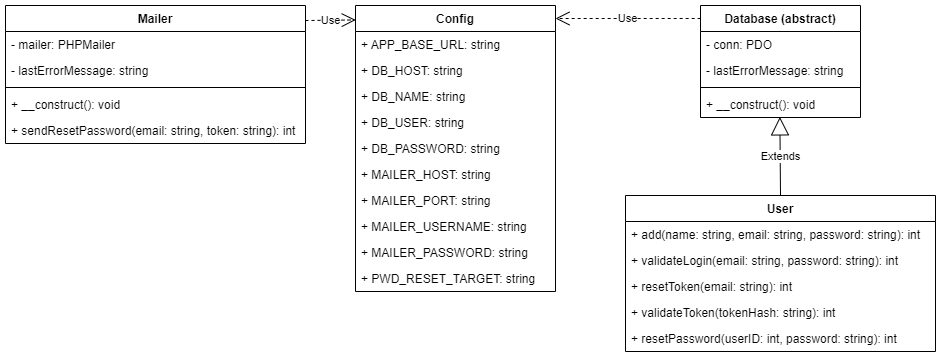
Earlier version of the draw.io export docs/class_diagram.png (arturomorarioja/php_signup_login). Source tidied: cells renumbered, new cells last; positions are measured from the earlier drawing's top-left corner, leaving out a move shared by most shapes.
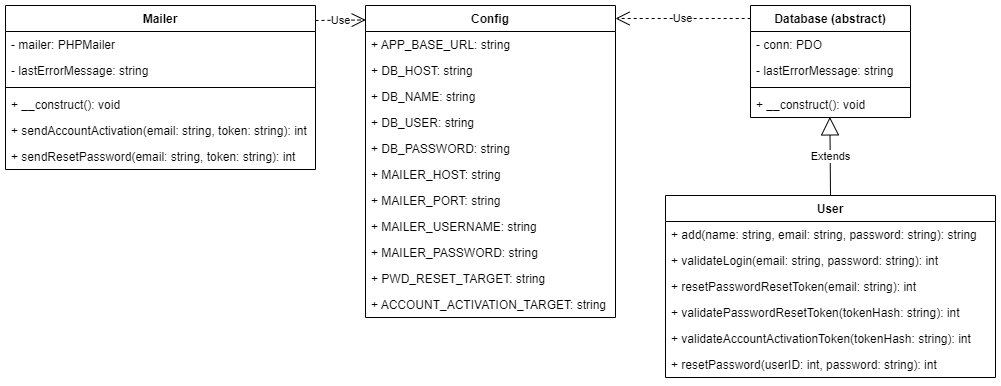
Above is the later version.

Diff of the diagram source:
```diff
@@ -3,40 +3,43 @@
     <mxCell id="0" />
     <mxCell id="1" parent="0" />
     <mxCell id="2" value="Config" style="swimlane;fontStyle=1;align=center;verticalAlign=top;horizontal=1;startSize=26;" parent="1" vertex="1">
-      <mxGeometry x="350" width="200" height="286" as="geometry" />
+      <mxGeometry x="350" width="250" height="312" as="geometry" />
     </mxCell>
     <mxCell id="3" value="+ APP_BASE_URL: string    " style="text;strokeColor=none;fillColor=none;align=left;verticalAlign=top;spacingLeft=4;spacingRight=4;overflow=hidden;" parent="2" vertex="1">
-      <mxGeometry y="26" width="200" height="26" as="geometry" />
+      <mxGeometry y="26" width="250" height="26" as="geometry" />
     </mxCell>
     <mxCell id="4" value="+ DB_HOST: string    " style="text;strokeColor=none;fillColor=none;align=left;verticalAlign=top;spacingLeft=4;spacingRight=4;overflow=hidden;" parent="2" vertex="1">
-      <mxGeometry y="52" width="200" height="26" as="geometry" />
+      <mxGeometry y="52" width="250" height="26" as="geometry" />
     </mxCell>
     <mxCell id="5" value="+ DB_NAME: string    " style="text;strokeColor=none;fillColor=none;align=left;verticalAlign=top;spacingLeft=4;spacingRight=4;overflow=hidden;" parent="2" vertex="1">
-      <mxGeometry y="78" width="200" height="26" as="geometry" />
+      <mxGeometry y="78" width="250" height="26" as="geometry" />
     </mxCell>
     <mxCell id="6" value="+ DB_USER: string    " style="text;strokeColor=none;fillColor=none;align=left;verticalAlign=top;spacingLeft=4;spacingRight=4;overflow=hidden;" parent="2" vertex="1">
-      <mxGeometry y="104" width="200" height="26" as="geometry" />
+      <mxGeometry y="104" width="250" height="26" as="geometry" />
     </mxCell>
     <mxCell id="7" value="+ DB_PASSWORD: string    " style="text;strokeColor=none;fillColor=none;align=left;verticalAlign=top;spacingLeft=4;spacingRight=4;overflow=hidden;" parent="2" vertex="1">
-      <mxGeometry y="130" width="200" height="26" as="geometry" />
+      <mxGeometry y="130" width="250" height="26" as="geometry" />
     </mxCell>
     <mxCell id="8" value="+ MAILER_HOST: string    " style="text;strokeColor=none;fillColor=none;align=left;verticalAlign=top;spacingLeft=4;spacingRight=4;overflow=hidden;" parent="2" vertex="1">
-      <mxGeometry y="156" width="200" height="26" as="geometry" />
+      <mxGeometry y="156" width="250" height="26" as="geometry" />
     </mxCell>
     <mxCell id="9" value="+ MAILER_PORT: string    " style="text;strokeColor=none;fillColor=none;align=left;verticalAlign=top;spacingLeft=4;spacingRight=4;overflow=hidden;" parent="2" vertex="1">
-      <mxGeometry y="182" width="200" height="26" as="geometry" />
+      <mxGeometry y="182" width="250" height="26" as="geometry" />
     </mxCell>
     <mxCell id="10" value="+ MAILER_USERNAME: string    " style="text;strokeColor=none;fillColor=none;align=left;verticalAlign=top;spacingLeft=4;spacingRight=4;overflow=hidden;" parent="2" vertex="1">
-      <mxGeometry y="208" width="200" height="26" as="geometry" />
+      <mxGeometry y="208" width="250" height="26" as="geometry" />
     </mxCell>
     <mxCell id="11" value="+ MAILER_PASSWORD: string    " style="text;strokeColor=none;fillColor=none;align=left;verticalAlign=top;spacingLeft=4;spacingRight=4;overflow=hidden;" parent="2" vertex="1">
-      <mxGeometry y="234" width="200" height="26" as="geometry" />
+      <mxGeometry y="234" width="250" height="26" as="geometry" />
     </mxCell>
     <mxCell id="12" value="+ PWD_RESET_TARGET: string    " style="text;strokeColor=none;fillColor=none;align=left;verticalAlign=top;spacingLeft=4;spacingRight=4;overflow=hidden;" parent="2" vertex="1">
-      <mxGeometry y="260" width="200" height="26" as="geometry" />
+      <mxGeometry y="260" width="250" height="26" as="geometry" />
     </mxCell>
+    <mxCell id="33" value="+ ACCOUNT_ACTIVATION_TARGET: string    " style="text;strokeColor=none;fillColor=none;align=left;verticalAlign=top;spacingLeft=4;spacingRight=4;overflow=hidden;" parent="2" vertex="1">
+      <mxGeometry y="286" width="250" height="26" as="geometry" />
+    </mxCell>
     <mxCell id="13" value="Database (abstract)" style="swimlane;fontStyle=1;align=center;verticalAlign=top;horizontal=1;startSize=26;" parent="1" vertex="1">
-      <mxGeometry x="695" width="160" height="112" as="geometry" />
+      <mxGeometry x="735" width="160" height="112" as="geometry" />
     </mxCell>
     <mxCell id="14" value="- conn: PDO" style="text;strokeColor=none;fillColor=none;align=left;verticalAlign=top;spacingLeft=4;spacingRight=4;overflow=hidden;" parent="13" vertex="1">
       <mxGeometry y="26" width="160" height="26" as="geometry" />
@@ -51,40 +54,46 @@
       <mxGeometry y="86" width="160" height="26" as="geometry" />
     </mxCell>
     <mxCell id="18" value="User" style="swimlane;fontStyle=1;align=center;verticalAlign=top;horizontal=1;startSize=26;" parent="1" vertex="1">
-      <mxGeometry x="620" y="190" width="310" height="156" as="geometry" />
+      <mxGeometry x="650" y="190" width="330" height="182" as="geometry" />
     </mxCell>
-    <mxCell id="19" value="+ add(name: string, email: string, password: string): int" style="text;strokeColor=none;fillColor=none;align=left;verticalAlign=top;spacingLeft=4;spacingRight=4;overflow=hidden;" parent="18" vertex="1">
-      <mxGeometry y="26" width="310" height="26" as="geometry" />
+    <mxCell id="19" value="+ add(name: string, email: string, password: string): string" style="text;strokeColor=none;fillColor=none;align=left;verticalAlign=top;spacingLeft=4;spacingRight=4;overflow=hidden;" parent="18" vertex="1">
+      <mxGeometry y="26" width="330" height="26" as="geometry" />
     </mxCell>
     <mxCell id="20" value="+ validateLogin(email: string, password: string): int" style="text;strokeColor=none;fillColor=none;align=left;verticalAlign=top;spacingLeft=4;spacingRight=4;overflow=hidden;" parent="18" vertex="1">
-      <mxGeometry y="52" width="310" height="26" as="geometry" />
+      <mxGeometry y="52" width="330" height="26" as="geometry" />
     </mxCell>
-    <mxCell id="21" value="+ resetToken(email: string): int" style="text;strokeColor=none;fillColor=none;align=left;verticalAlign=top;spacingLeft=4;spacingRight=4;overflow=hidden;" parent="18" vertex="1">
-      <mxGeometry y="78" width="310" height="26" as="geometry" />
+    <mxCell id="21" value="+ resetPasswordResetToken(email: string): int" style="text;strokeColor=none;fillColor=none;align=left;verticalAlign=top;spacingLeft=4;spacingRight=4;overflow=hidden;" parent="18" vertex="1">
+      <mxGeometry y="78" width="330" height="26" as="geometry" />
     </mxCell>
-    <mxCell id="22" value="+ validateToken(tokenHash: string): int" style="text;strokeColor=none;fillColor=none;align=left;verticalAlign=top;spacingLeft=4;spacingRight=4;overflow=hidden;" parent="18" vertex="1">
-      <mxGeometry y="104" width="310" height="26" as="geometry" />
+    <mxCell id="22" value="+ validatePasswordResetToken(tokenHash: string): int" style="text;strokeColor=none;fillColor=none;align=left;verticalAlign=top;spacingLeft=4;spacingRight=4;overflow=hidden;" parent="18" vertex="1">
+      <mxGeometry y="104" width="330" height="26" as="geometry" />
     </mxCell>
-    <mxCell id="23" value="+ resetPassword(userID: int, password: string): int" style="text;strokeColor=none;fillColor=none;align=left;verticalAlign=top;spacingLeft=4;spacingRight=4;overflow=hidden;" parent="18" vertex="1">
-      <mxGeometry y="130" width="310" height="26" as="geometry" />
+    <mxCell id="23" value="+ validateAccountActivationToken(tokenHash: string): int" style="text;strokeColor=none;fillColor=none;align=left;verticalAlign=top;spacingLeft=4;spacingRight=4;overflow=hidden;" parent="18" vertex="1">
+      <mxGeometry y="130" width="330" height="26" as="geometry" />
     </mxCell>
+    <mxCell id="34" value="+ resetPassword(userID: int, password: string): int" style="text;strokeColor=none;fillColor=none;align=left;verticalAlign=top;spacingLeft=4;spacingRight=4;overflow=hidden;" parent="18" vertex="1">
+      <mxGeometry y="156" width="330" height="26" as="geometry" />
+    </mxCell>
     <mxCell id="24" value="Mailer" style="swimlane;fontStyle=1;align=center;verticalAlign=top;horizontal=1;startSize=26;" parent="1" vertex="1">
-      <mxGeometry width="300" height="138" as="geometry" />
+      <mxGeometry x="-10" width="310" height="164" as="geometry" />
     </mxCell>
     <mxCell id="25" value="- mailer: PHPMailer" style="text;strokeColor=none;fillColor=none;align=left;verticalAlign=top;spacingLeft=4;spacingRight=4;overflow=hidden;" parent="24" vertex="1">
-      <mxGeometry y="26" width="300" height="26" as="geometry" />
+      <mxGeometry y="26" width="310" height="26" as="geometry" />
     </mxCell>
     <mxCell id="26" value="- lastErrorMessage: string" style="text;strokeColor=none;fillColor=none;align=left;verticalAlign=top;spacingLeft=4;spacingRight=4;overflow=hidden;" parent="24" vertex="1">
-      <mxGeometry y="52" width="300" height="26" as="geometry" />
+      <mxGeometry y="52" width="310" height="26" as="geometry" />
     </mxCell>
     <mxCell id="27" style="line;strokeWidth=1;fillColor=none;align=left;verticalAlign=middle;spacingTop=-1;spacingLeft=3;spacingRight=3;labelPosition=right;strokeColor=inherit;" parent="24" vertex="1">
-      <mxGeometry y="78" width="300" height="8" as="geometry" />
+      <mxGeometry y="78" width="310" height="8" as="geometry" />
     </mxCell>
     <mxCell id="28" value="+ __construct(): void" style="text;strokeColor=none;fillColor=none;align=left;verticalAlign=top;spacingLeft=4;spacingRight=4;overflow=hidden;" parent="24" vertex="1">
-      <mxGeometry y="86" width="300" height="26" as="geometry" />
+      <mxGeometry y="86" width="310" height="26" as="geometry" />
     </mxCell>
+    <mxCell id="35" value="+ sendAccountActivation(email: string, token: string): int" style="text;strokeColor=none;fillColor=none;align=left;verticalAlign=top;spacingLeft=4;spacingRight=4;overflow=hidden;" parent="24" vertex="1">
+      <mxGeometry y="112" width="310" height="26" as="geometry" />
+    </mxCell>
     <mxCell id="29" value="+ sendResetPassword(email: string, token: string): int" style="text;strokeColor=none;fillColor=none;align=left;verticalAlign=top;spacingLeft=4;spacingRight=4;overflow=hidden;" parent="24" vertex="1">
-      <mxGeometry y="112" width="300" height="26" as="geometry" />
+      <mxGeometry y="138" width="310" height="26" as="geometry" />
     </mxCell>
     <mxCell id="30" value="Extends" style="endArrow=block;endSize=16;endFill=0;html=1;rounded=0;exitX=0.5;exitY=0;exitDx=0;exitDy=0;entryX=0.496;entryY=0.977;entryDx=0;entryDy=0;entryPerimeter=0;" parent="1" edge="1" source="18" target="17">
       <mxGeometry relative="1" as="geometry" />
@@ -97,7 +106,7 @@
     </mxCell>
     <mxCell id="32" value="Use" style="endArrow=open;endSize=12;dashed=1;html=1;rounded=0;exitX=0.001;exitY=0.116;exitDx=0;exitDy=0;exitPerimeter=0;" parent="1" edge="1" source="13">
       <mxGeometry relative="1" as="geometry">
-        <mxPoint x="550" y="13" as="targetPoint" />
+        <mxPoint x="600" y="13" as="targetPoint" />
       </mxGeometry>
     </mxCell>
   </root>
```
